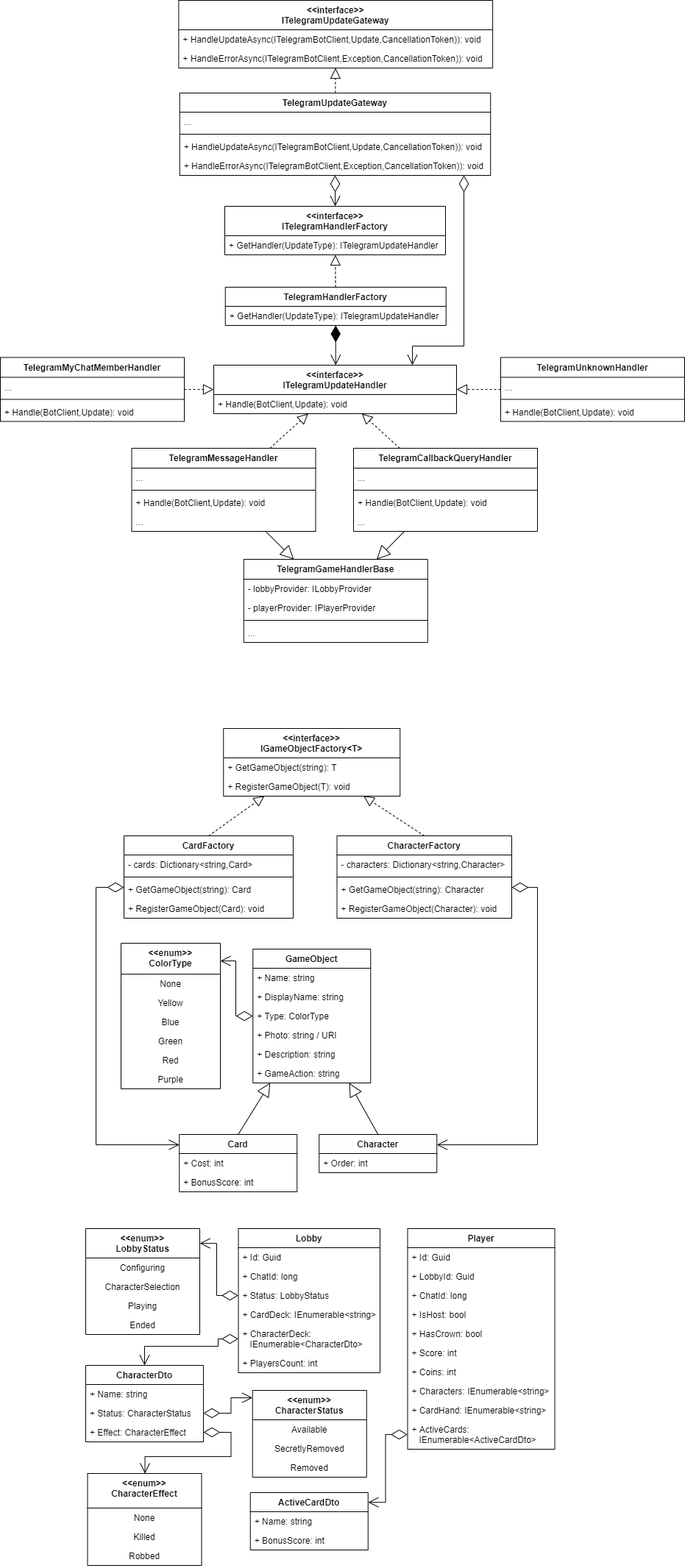
AntonArtomovNM/KCAA keeps this draw.io diagram as docs/UML-diagram.png. Above is the earlier version. Source tidied: cells renumbered, new cells last; positions are measured from the earlier drawing's top-left corner, leaving out a move shared by most shapes.
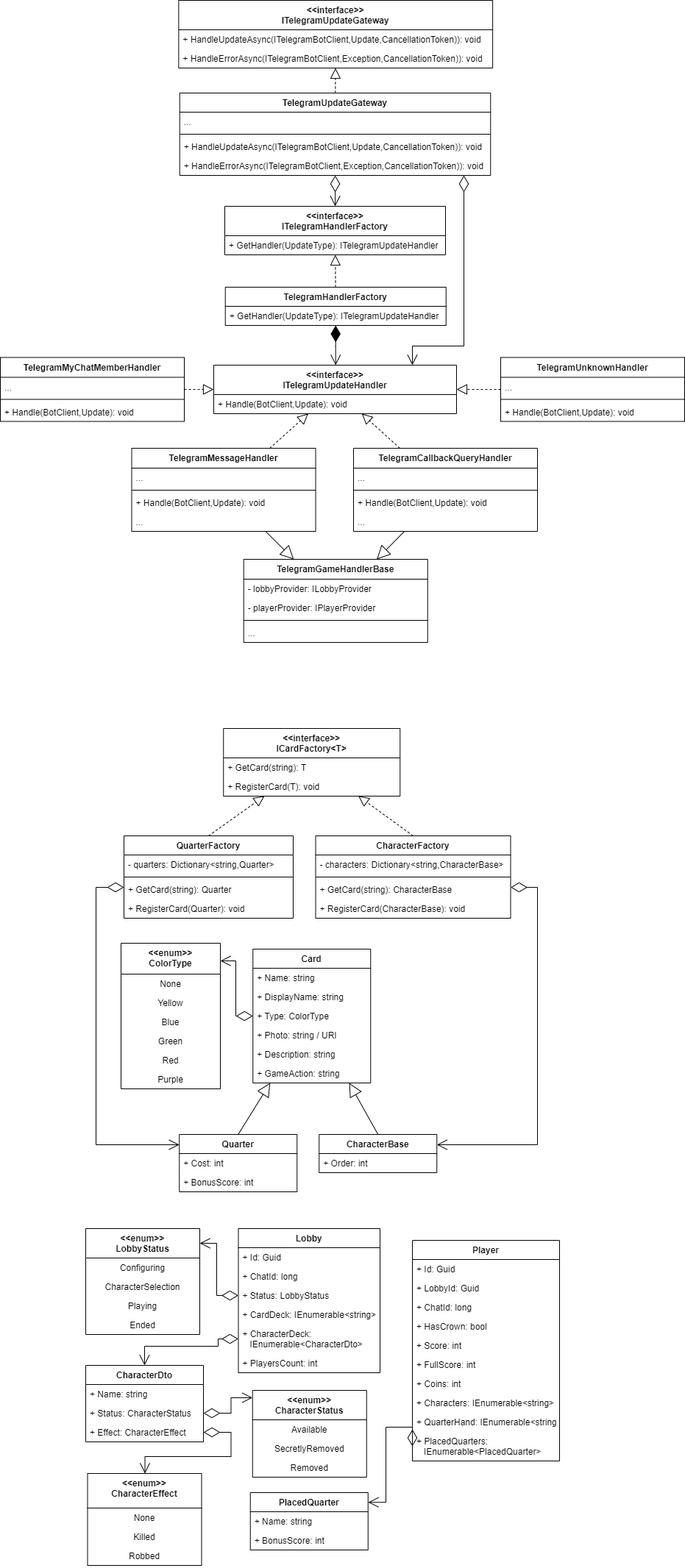
Later version of the same file.

The edit, as a diff of the source:
```diff
@@ -2,7 +2,7 @@
   <root>
     <mxCell id="0" />
     <mxCell id="1" parent="0" />
-    <mxCell id="2" value="Character" style="swimlane;fontStyle=1;align=center;verticalAlign=top;horizontal=1;startSize=26;hachureGap=4;" parent="1" vertex="1">
+    <mxCell id="2" value="CharacterBase" style="swimlane;fontStyle=1;align=center;verticalAlign=top;horizontal=1;startSize=26;hachureGap=4;" parent="1" vertex="1">
       <mxGeometry x="433.2" y="1542" width="160" height="52" as="geometry" />
     </mxCell>
     <mxCell id="3" value="+ Order: int" style="text;strokeColor=none;fillColor=none;align=left;verticalAlign=top;spacingLeft=4;spacingRight=4;overflow=hidden;" parent="2" vertex="1">
@@ -29,7 +29,7 @@
     <mxCell id="10" value="Purple" style="text;strokeColor=none;fillColor=none;align=center;verticalAlign=top;spacingLeft=4;spacingRight=4;overflow=hidden;hachureGap=4;labelBackgroundColor=none;fontSize=12;html=0;" parent="4" vertex="1">
       <mxGeometry y="172" width="135" height="26" as="geometry" />
     </mxCell>
-    <mxCell id="11" value="GameObject" style="swimlane;fontStyle=1;align=center;verticalAlign=top;horizontal=1;startSize=26;hachureGap=4;" parent="1" vertex="1">
+    <mxCell id="11" value="Card" style="swimlane;fontStyle=1;align=center;verticalAlign=top;horizontal=1;startSize=26;hachureGap=4;" parent="1" vertex="1">
       <mxGeometry x="343.2" y="1290" width="160" height="182" as="geometry" />
     </mxCell>
     <mxCell id="12" value="+ Name: string" style="text;strokeColor=none;fillColor=none;align=left;verticalAlign=top;spacingLeft=4;spacingRight=4;overflow=hidden;" parent="11" vertex="1">
@@ -50,7 +50,7 @@
     <mxCell id="17" value="+ GameAction: string" style="text;strokeColor=none;fillColor=none;align=left;verticalAlign=top;spacingLeft=4;spacingRight=4;overflow=hidden;" parent="11" vertex="1">
       <mxGeometry y="156" width="160" height="26" as="geometry" />
     </mxCell>
-    <mxCell id="18" value="ActiveCardDto" style="swimlane;fontStyle=1;align=center;verticalAlign=top;horizontal=1;startSize=26;" parent="1" vertex="1">
+    <mxCell id="18" value="PlacedQuarter" style="swimlane;fontStyle=1;align=center;verticalAlign=top;horizontal=1;startSize=26;" parent="1" vertex="1">
       <mxGeometry x="339.8" y="2029" width="160" height="78" as="geometry" />
     </mxCell>
     <mxCell id="19" value="+ Name: string" style="text;strokeColor=none;fillColor=none;align=left;verticalAlign=top;spacingLeft=4;spacingRight=4;overflow=hidden;" parent="18" vertex="1">
@@ -165,7 +165,7 @@
       </mxGeometry>
     </mxCell>
     <mxCell id="49" value="Player" style="swimlane;fontStyle=1;align=center;verticalAlign=top;horizontal=1;startSize=26;" parent="1" vertex="1">
-      <mxGeometry x="553.5" y="1670" width="200" height="300" as="geometry" />
+      <mxGeometry x="560" y="1686" width="200" height="300" as="geometry" />
     </mxCell>
     <mxCell id="50" value="+ Id: Guid" style="text;strokeColor=none;fillColor=none;align=left;verticalAlign=top;spacingLeft=4;spacingRight=4;overflow=hidden;" parent="49" vertex="1">
       <mxGeometry y="26" width="200" height="26" as="geometry" />
@@ -176,25 +176,25 @@
     <mxCell id="52" value="+ ChatId: long" style="text;strokeColor=none;fillColor=none;align=left;verticalAlign=top;spacingLeft=4;spacingRight=4;overflow=hidden;" parent="49" vertex="1">
       <mxGeometry y="78" width="200" height="26" as="geometry" />
     </mxCell>
-    <mxCell id="53" value="+ IsHost: bool" style="text;strokeColor=none;fillColor=none;align=left;verticalAlign=top;spacingLeft=4;spacingRight=4;overflow=hidden;" parent="49" vertex="1">
-      <mxGeometry y="104" width="200" height="26" as="geometry" />
-    </mxCell>
     <mxCell id="54" value="+ HasCrown: bool" style="text;strokeColor=none;fillColor=none;align=left;verticalAlign=top;spacingLeft=4;spacingRight=4;overflow=hidden;" parent="49" vertex="1">
-      <mxGeometry y="130" width="200" height="26" as="geometry" />
+      <mxGeometry y="104" width="200" height="26" as="geometry" />
     </mxCell>
     <mxCell id="55" value="+ Score: int" style="text;strokeColor=none;fillColor=none;align=left;verticalAlign=top;spacingLeft=4;spacingRight=4;overflow=hidden;" parent="49" vertex="1">
-      <mxGeometry y="156" width="200" height="26" as="geometry" />
+      <mxGeometry y="130" width="200" height="26" as="geometry" />
     </mxCell>
+    <mxCell id="132" value="+ FullScore: int" style="text;strokeColor=none;fillColor=none;align=left;verticalAlign=top;spacingLeft=4;spacingRight=4;overflow=hidden;" parent="49" vertex="1">
+      <mxGeometry y="156" width="200" height="26" as="geometry" />
+    </mxCell>
     <mxCell id="56" value="+ Coins: int" style="text;strokeColor=none;fillColor=none;align=left;verticalAlign=top;spacingLeft=4;spacingRight=4;overflow=hidden;" parent="49" vertex="1">
       <mxGeometry y="182" width="200" height="26" as="geometry" />
     </mxCell>
     <mxCell id="57" value="+ Characters: IEnumerable&lt;string&gt;" style="text;strokeColor=none;fillColor=none;align=left;verticalAlign=top;spacingLeft=4;spacingRight=4;overflow=hidden;" parent="49" vertex="1">
       <mxGeometry y="208" width="200" height="26" as="geometry" />
     </mxCell>
-    <mxCell id="58" value="+ CardHand: IEnumerable&lt;string&gt;" style="text;strokeColor=none;fillColor=none;align=left;verticalAlign=top;spacingLeft=4;spacingRight=4;overflow=hidden;" parent="49" vertex="1">
+    <mxCell id="58" value="+ QuarterHand: IEnumerable&lt;string&gt;" style="text;strokeColor=none;fillColor=none;align=left;verticalAlign=top;spacingLeft=4;spacingRight=4;overflow=hidden;" parent="49" vertex="1">
       <mxGeometry y="234" width="200" height="26" as="geometry" />
     </mxCell>
-    <mxCell id="59" value="+ ActiveCards: &#10;   IEnumerable&lt;ActiveCardDto&gt;" style="text;strokeColor=none;fillColor=none;align=left;verticalAlign=top;spacingLeft=4;spacingRight=4;overflow=hidden;points=[[0,0.5],[1,0.5]];portConstraint=eastwest;" parent="49" vertex="1">
+    <mxCell id="59" value="+ PlacedQuarters: &#10;   IEnumerable&lt;PlacedQuarter&gt;" style="text;strokeColor=none;fillColor=none;align=left;verticalAlign=top;spacingLeft=4;spacingRight=4;overflow=hidden;points=[[0,0.5],[1,0.5]];portConstraint=eastwest;" parent="49" vertex="1">
       <mxGeometry y="260" width="200" height="40" as="geometry" />
     </mxCell>
     <mxCell id="60" style="edgeStyle=orthogonalEdgeStyle;rounded=0;jettySize=auto;html=1;startArrow=diamondThin;startFill=0;endArrow=open;endFill=0;startSize=20;endSize=12;exitX=0;exitY=0.5;exitDx=0;exitDy=0;" parent="1" edge="1" source="46" target="21">
@@ -209,8 +209,8 @@
     <mxCell id="61" style="edgeStyle=orthogonalEdgeStyle;rounded=0;jettySize=auto;html=1;startArrow=diamondThin;startFill=0;endArrow=open;endFill=0;startSize=20;endSize=12;exitX=0;exitY=0.5;exitDx=0;exitDy=0;entryX=1.001;entryY=0.169;entryDx=0;entryDy=0;entryPerimeter=0;" parent="1" edge="1" source="59" target="18">
       <mxGeometry relative="1" as="geometry">
         <Array as="points">
-          <mxPoint x="523.5" y="1950" />
-          <mxPoint x="523.5" y="2042" />
+          <mxPoint x="524" y="1940" />
+          <mxPoint x="524" y="2042" />
         </Array>
       </mxGeometry>
     </mxCell>
@@ -258,7 +258,7 @@
         </Array>
       </mxGeometry>
     </mxCell>
-    <mxCell id="75" value="Card" style="swimlane;fontStyle=1;align=center;verticalAlign=top;horizontal=1;startSize=26;hachureGap=4;" parent="1" vertex="1">
+    <mxCell id="75" value="Quarter" style="swimlane;fontStyle=1;align=center;verticalAlign=top;horizontal=1;startSize=26;hachureGap=4;" parent="1" vertex="1">
       <mxGeometry x="243.2" y="1542" width="160" height="78" as="geometry" />
     </mxCell>
     <mxCell id="76" value="+ Cost: int" style="text;strokeColor=none;fillColor=none;align=left;verticalAlign=top;spacingLeft=4;spacingRight=4;overflow=hidden;" parent="75" vertex="1">
@@ -273,47 +273,47 @@
     <mxCell id="79" style="endArrow=block;endSize=16;endFill=0;html=1;rounded=0;exitX=0.5;exitY=0;exitDx=0;exitDy=0;" parent="1" edge="1" source="75" target="11">
       <mxGeometry relative="1" as="geometry" />
     </mxCell>
-    <mxCell id="80" value="&lt;&lt;interface&gt;&gt;&#10;IGameObjectFactory&lt;T&gt;" style="swimlane;fontStyle=1;align=center;verticalAlign=top;horizontal=1;startSize=40;hachureGap=4;" parent="1" vertex="1">
+    <mxCell id="80" value="&lt;&lt;interface&gt;&gt;&#10;ICardFactory&lt;T&gt;" style="swimlane;fontStyle=1;align=center;verticalAlign=top;horizontal=1;startSize=40;hachureGap=4;" parent="1" vertex="1">
       <mxGeometry x="303.2" y="990" width="240" height="92" as="geometry" />
     </mxCell>
-    <mxCell id="81" value="+ GetGameObject(string): T" style="text;strokeColor=none;fillColor=none;align=left;verticalAlign=top;spacingLeft=4;spacingRight=4;overflow=hidden;" parent="80" vertex="1">
+    <mxCell id="81" value="+ GetCard(string): T" style="text;strokeColor=none;fillColor=none;align=left;verticalAlign=top;spacingLeft=4;spacingRight=4;overflow=hidden;" parent="80" vertex="1">
       <mxGeometry y="40" width="240" height="26" as="geometry" />
     </mxCell>
-    <mxCell id="82" value="+ RegisterGameObject(T): void" style="text;strokeColor=none;fillColor=none;align=left;verticalAlign=top;spacingLeft=4;spacingRight=4;overflow=hidden;" parent="80" vertex="1">
+    <mxCell id="82" value="+ RegisterCard(T): void" style="text;strokeColor=none;fillColor=none;align=left;verticalAlign=top;spacingLeft=4;spacingRight=4;overflow=hidden;" parent="80" vertex="1">
       <mxGeometry y="66" width="240" height="26" as="geometry" />
     </mxCell>
-    <mxCell id="83" value="CardFactory" style="swimlane;fontStyle=1;align=center;verticalAlign=top;horizontal=1;startSize=26;hachureGap=4;" parent="1" vertex="1">
+    <mxCell id="83" value="QuarterFactory" style="swimlane;fontStyle=1;align=center;verticalAlign=top;horizontal=1;startSize=26;hachureGap=4;" parent="1" vertex="1">
       <mxGeometry x="168" y="1136" width="230" height="112" as="geometry" />
     </mxCell>
-    <mxCell id="84" value="- cards: Dictionary&lt;string,Card&gt;" style="text;strokeColor=none;fillColor=none;align=left;verticalAlign=top;spacingLeft=4;spacingRight=4;overflow=hidden;" parent="83" vertex="1">
+    <mxCell id="84" value="- quarters: Dictionary&lt;string,Quarter&gt;" style="text;strokeColor=none;fillColor=none;align=left;verticalAlign=top;spacingLeft=4;spacingRight=4;overflow=hidden;" parent="83" vertex="1">
       <mxGeometry y="26" width="230" height="26" as="geometry" />
     </mxCell>
     <mxCell id="85" style="line;strokeWidth=1;fillColor=none;align=left;verticalAlign=middle;spacingTop=-1;spacingLeft=3;spacingRight=3;labelPosition=right;hachureGap=4;labelBackgroundColor=none;fontSize=12;html=0;" parent="83" vertex="1">
       <mxGeometry y="52" width="230" height="8" as="geometry" />
     </mxCell>
-    <mxCell id="86" value="+ GetGameObject(string): Card" style="text;strokeColor=none;fillColor=none;align=left;verticalAlign=top;spacingLeft=4;spacingRight=4;overflow=hidden;" parent="83" vertex="1">
+    <mxCell id="86" value="+ GetCard(string): Quarter" style="text;strokeColor=none;fillColor=none;align=left;verticalAlign=top;spacingLeft=4;spacingRight=4;overflow=hidden;" parent="83" vertex="1">
       <mxGeometry y="60" width="230" height="26" as="geometry" />
     </mxCell>
-    <mxCell id="87" value="+ RegisterGameObject(Card): void" style="text;strokeColor=none;fillColor=none;align=left;verticalAlign=top;spacingLeft=4;spacingRight=4;overflow=hidden;" parent="83" vertex="1">
+    <mxCell id="87" value="+ RegisterCard(Quarter): void" style="text;strokeColor=none;fillColor=none;align=left;verticalAlign=top;spacingLeft=4;spacingRight=4;overflow=hidden;" parent="83" vertex="1">
       <mxGeometry y="86" width="230" height="26" as="geometry" />
     </mxCell>
     <mxCell id="88" style="endArrow=block;dashed=1;endFill=0;endSize=12;html=1;rounded=0;exitX=0.5;exitY=0;exitDx=0;exitDy=0;" parent="1" edge="1" source="83" target="80">
       <mxGeometry relative="1" as="geometry" />
     </mxCell>
     <mxCell id="89" value="CharacterFactory" style="swimlane;fontStyle=1;align=center;verticalAlign=top;horizontal=1;startSize=26;hachureGap=4;" parent="1" vertex="1">
-      <mxGeometry x="457.5" y="1136" width="237.5" height="112" as="geometry" />
+      <mxGeometry x="428.5" y="1136" width="265" height="112" as="geometry" />
     </mxCell>
-    <mxCell id="90" value="- characters: Dictionary&lt;string,Character&gt;" style="text;strokeColor=none;fillColor=none;align=left;verticalAlign=top;spacingLeft=4;spacingRight=4;overflow=hidden;" parent="89" vertex="1">
-      <mxGeometry y="26" width="237.5" height="26" as="geometry" />
+    <mxCell id="90" value="- characters: Dictionary&lt;string,CharacterBase&gt;" style="text;strokeColor=none;fillColor=none;align=left;verticalAlign=top;spacingLeft=4;spacingRight=4;overflow=hidden;" parent="89" vertex="1">
+      <mxGeometry y="26" width="265" height="26" as="geometry" />
     </mxCell>
     <mxCell id="91" style="line;strokeWidth=1;fillColor=none;align=left;verticalAlign=middle;spacingTop=-1;spacingLeft=3;spacingRight=3;labelPosition=right;hachureGap=4;labelBackgroundColor=none;fontSize=12;html=0;" parent="89" vertex="1">
-      <mxGeometry y="52" width="237.5" height="8" as="geometry" />
+      <mxGeometry y="52" width="265" height="8" as="geometry" />
     </mxCell>
-    <mxCell id="92" value="+ GetGameObject(string): Character" style="text;strokeColor=none;fillColor=none;align=left;verticalAlign=top;spacingLeft=4;spacingRight=4;overflow=hidden;" parent="89" vertex="1">
-      <mxGeometry y="60" width="237.5" height="26" as="geometry" />
+    <mxCell id="92" value="+ GetCard(string): CharacterBase" style="text;strokeColor=none;fillColor=none;align=left;verticalAlign=top;spacingLeft=4;spacingRight=4;overflow=hidden;" parent="89" vertex="1">
+      <mxGeometry y="60" width="265" height="26" as="geometry" />
     </mxCell>
-    <mxCell id="93" value="+ RegisterGameObject(Character): void" style="text;strokeColor=none;fillColor=none;align=left;verticalAlign=top;spacingLeft=4;spacingRight=4;overflow=hidden;" parent="89" vertex="1">
-      <mxGeometry y="86" width="237.5" height="26" as="geometry" />
+    <mxCell id="93" value="+ RegisterCard(CharacterBase): void" style="text;strokeColor=none;fillColor=none;align=left;verticalAlign=top;spacingLeft=4;spacingRight=4;overflow=hidden;" parent="89" vertex="1">
+      <mxGeometry y="86" width="265" height="26" as="geometry" />
     </mxCell>
     <mxCell id="94" style="endArrow=block;dashed=1;endFill=0;endSize=12;html=1;rounded=0;exitX=0.5;exitY=0;exitDx=0;exitDy=0;" parent="1" edge="1" source="89" target="80">
       <mxGeometry relative="1" as="geometry" />
```
